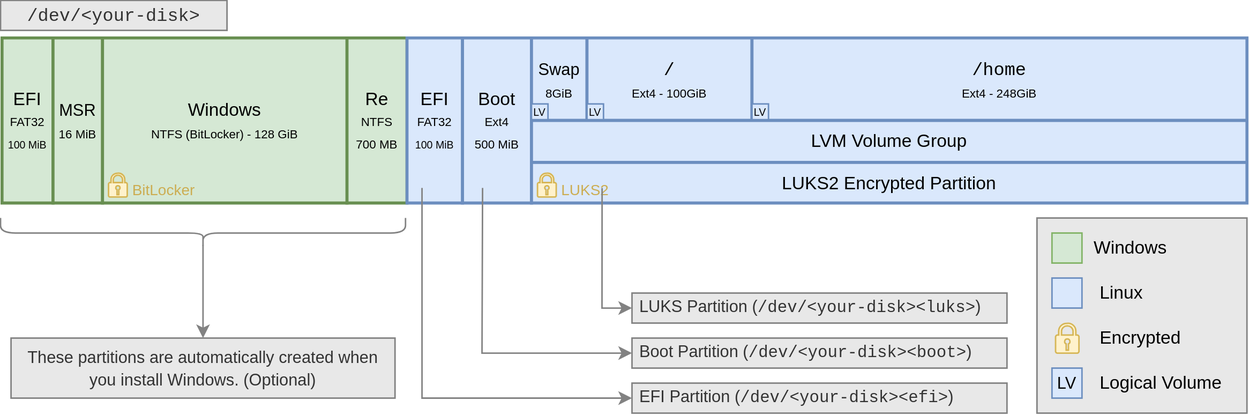
Before: docs/disk-partitions.svg, a diagram exported from draw.io (mjnaderi/dotfiles). Source tidied: cells renumbered, new cells last; positions are measured from the earlier drawing's top-left corner, leaving out a move shared by most shapes.
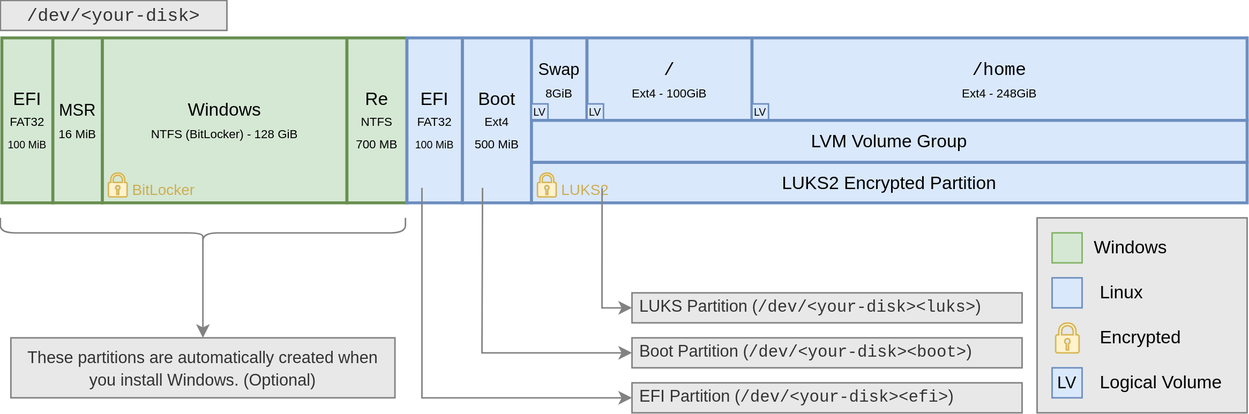
The same diagram one commit later.

Change to the diagram source:
```diff
@@ -96,13 +96,13 @@
       <mxGeometry x="18.5" y="11.5" width="31.5" height="13" as="geometry" />
     </mxCell>
     <mxCell id="33" value="&amp;nbsp;EFI Partition (&lt;font style=&quot;font-size: 11px;&quot; face=&quot;monospace&quot;&gt;/dev/&amp;lt;your-disk&amp;gt;&amp;lt;efi&amp;gt;&lt;/font&gt;)" style="rounded=0;whiteSpace=wrap;html=1;strokeColor=#828282;fillColor=#E8E8E8;fontColor=#333333;fontFamily=sans-serif;fontSize=11;align=left;" parent="1" vertex="1">
-      <mxGeometry x="421" y="255" width="250" height="20" as="geometry" />
+      <mxGeometry x="421" y="255" width="260" height="20" as="geometry" />
     </mxCell>
     <mxCell id="34" value="&amp;nbsp;Boot Partition (&lt;font style=&quot;font-size: 11px;&quot; face=&quot;monospace&quot;&gt;/dev/&amp;lt;your-disk&amp;gt;&amp;lt;boot&amp;gt;&lt;/font&gt;)" style="rounded=0;whiteSpace=wrap;html=1;strokeColor=#828282;fillColor=#E8E8E8;fontColor=#333333;fontFamily=sans-serif;fontSize=11;align=left;" parent="1" vertex="1">
-      <mxGeometry x="421" y="225" width="250" height="20" as="geometry" />
+      <mxGeometry x="421" y="225" width="260" height="20" as="geometry" />
     </mxCell>
     <mxCell id="35" value="&amp;nbsp;LUKS Partition (&lt;font face=&quot;monospace&quot; style=&quot;font-size: 11px;&quot;&gt;/dev/&amp;lt;your-disk&amp;gt;&amp;lt;luks&amp;gt;&lt;/font&gt;)" style="rounded=0;whiteSpace=wrap;html=1;strokeColor=#828282;fillColor=#E8E8E8;fontColor=#333333;fontFamily=sans-serif;fontSize=11;align=left;" parent="1" vertex="1">
-      <mxGeometry x="421" y="195" width="250" height="20" as="geometry" />
+      <mxGeometry x="421" y="195" width="260" height="20" as="geometry" />
     </mxCell>
     <mxCell id="36" style="endArrow=classic;html=1;rounded=0;entryX=0;entryY=0.5;entryDx=0;entryDy=0;fontFamily=sans-serif;shadow=0;strokeColor=#828282;" parent="1" edge="1" target="33">
       <mxGeometry relative="1" as="geometry">
@@ -135,7 +135,7 @@
     <mxCell id="41" style="shape=curlyBracket;whiteSpace=wrap;html=1;rounded=1;flipH=1;labelPosition=right;verticalLabelPosition=middle;align=left;verticalAlign=middle;rotation=90;fontFamily=sans-serif;shadow=0;strokeColor=#828282;" parent="1" vertex="1">
       <mxGeometry x="125" y="20" width="20" height="270" as="geometry" />
     </mxCell>
-    <mxCell id="42" value="&lt;font style=&quot;font-size: 11px;&quot;&gt;These partitions are automatically created when you install windows. (Optional)&lt;/font&gt;" style="rounded=0;whiteSpace=wrap;html=1;strokeColor=#828282;fillColor=#E8E8E8;fontColor=#333333;fontFamily=sans-serif;" parent="1" vertex="1">
+    <mxCell id="42" value="&lt;font style=&quot;font-size: 11px;&quot;&gt;These partitions are automatically created when you install Windows. (Optional)&lt;/font&gt;" style="rounded=0;whiteSpace=wrap;html=1;strokeColor=#828282;fillColor=#E8E8E8;fontColor=#333333;fontFamily=sans-serif;" parent="1" vertex="1">
       <mxGeometry x="7" y="225" width="256" height="40" as="geometry" />
     </mxCell>
   </root>
```
